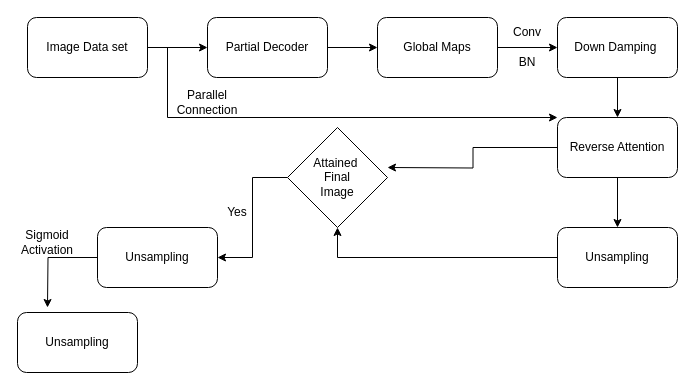
Earlier version of the draw.io diagram PraNet.drawio (kartikhegadi/AWS-diagram). Source tidied: cells renumbered, new cells numbered last; positions are measured from the earlier drawing's top-left corner, leaving out a move shared by most shapes. Both pictures are drawn from the tidied source at 100%, with x=0, y=0 at pixel (17, 17).
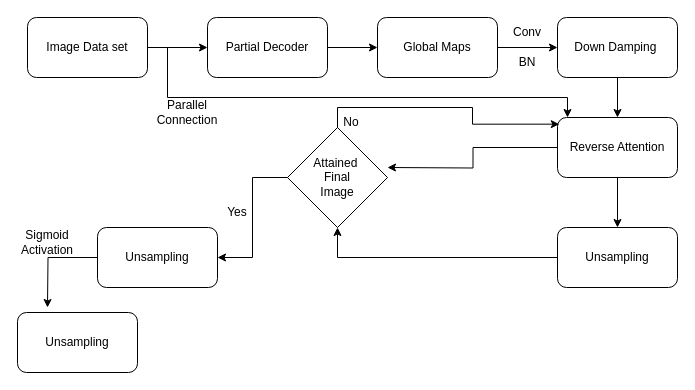
The same diagram, later.

Unchanged cells that the change refers to:
```xml
<mxCell id="12" value="Reverse Attention" style="rounded=1;whiteSpace=wrap;html=1;" parent="1" vertex="1">
  <mxGeometry x="540" y="100" width="120" height="60" as="geometry" />
</mxCell>
<mxCell id="19" value="Attained&amp;nbsp;&lt;br&gt;Final&lt;br&gt;Image" style="rhombus;whiteSpace=wrap;html=1;" parent="1" vertex="1">
  <mxGeometry x="270" y="110" width="100" height="100" as="geometry" />
</mxCell>
```

Change to the diagram source:
```diff
@@
-    <mxCell id="20" style="endArrow=classic;html=1;rounded=0;" parent="1" edge="1">
-      <mxGeometry relative="1" as="geometry">
-        <mxPoint x="150" y="100" as="sourcePoint" />
-        <mxPoint x="540" y="100" as="targetPoint" />
-      </mxGeometry>
-    </mxCell>
     <mxCell id="21" style="endArrow=none;html=1;rounded=0;" parent="1" edge="1">
       <mxGeometry relative="1" as="geometry">
-        <mxPoint x="150" y="100" as="sourcePoint" />
+        <mxPoint x="150" y="80" as="sourcePoint" />
         <mxPoint x="150" y="30" as="targetPoint" />
       </mxGeometry>
     </mxCell>
@@
     <mxCell id="24" value="Parallel Connection" style="text;html=1;strokeColor=none;fillColor=none;align=center;verticalAlign=middle;whiteSpace=wrap;rounded=0;" parent="1" vertex="1">
-      <mxGeometry x="160" y="70" width="60" height="30" as="geometry" />
+      <mxGeometry x="140" y="80" width="60" height="30" as="geometry" />
     </mxCell>
@@
+    <mxCell id="27" style="edgeStyle=orthogonalEdgeStyle;rounded=0;jettySize=auto;html=1;exitX=0.5;exitY=0;exitDx=0;exitDy=0;entryX=0.015;entryY=0.111;entryDx=0;entryDy=0;entryPerimeter=0;" parent="1" edge="1" source="19" target="12">
+      <mxGeometry relative="1" as="geometry" />
+    </mxCell>
+    <mxCell id="28" style="endArrow=none;html=1;rounded=0;" parent="1" edge="1">
+      <mxGeometry relative="1" as="geometry">
+        <mxPoint x="150" y="80" as="sourcePoint" />
+        <mxPoint x="550" y="80" as="targetPoint" />
+      </mxGeometry>
+    </mxCell>
+    <mxCell id="29" style="endArrow=classic;html=1;rounded=0;" parent="1" edge="1">
+      <mxGeometry relative="1" as="geometry">
+        <mxPoint x="550" y="80" as="sourcePoint" />
+        <mxPoint x="550" y="100" as="targetPoint" />
+      </mxGeometry>
+    </mxCell>
+    <mxCell id="30" value="No" style="text;html=1;strokeColor=none;fillColor=none;align=center;verticalAlign=middle;whiteSpace=wrap;rounded=0;" parent="1" vertex="1">
+      <mxGeometry x="304" y="90" width="60" height="30" as="geometry" />
+    </mxCell>
```
